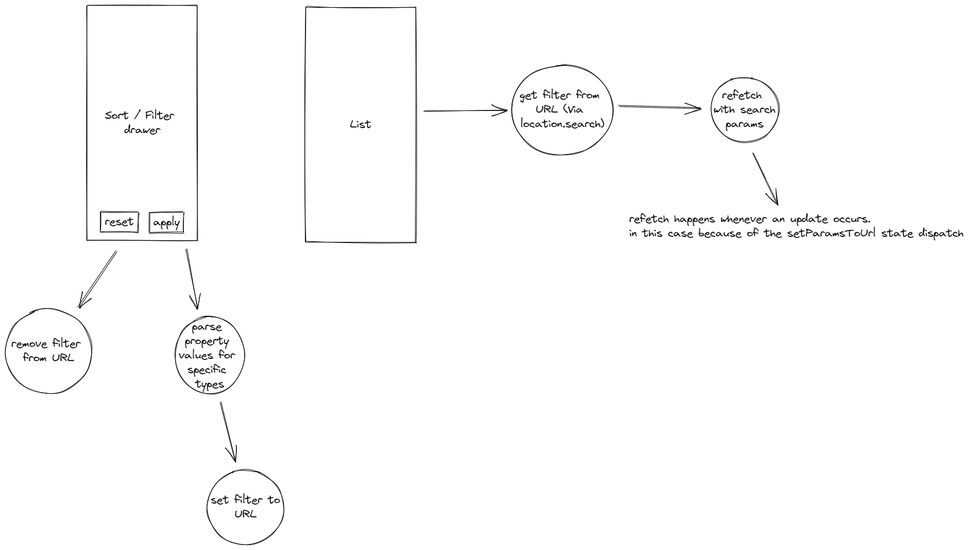
The Excalidraw diagram notes/filter/client.excalidraw.png in Dyvd4/ticketify, before a commit. Source tidied: one line per element, renumbered; positions are measured from the earlier drawing's top-left corner, leaving out a move shared by most shapes.
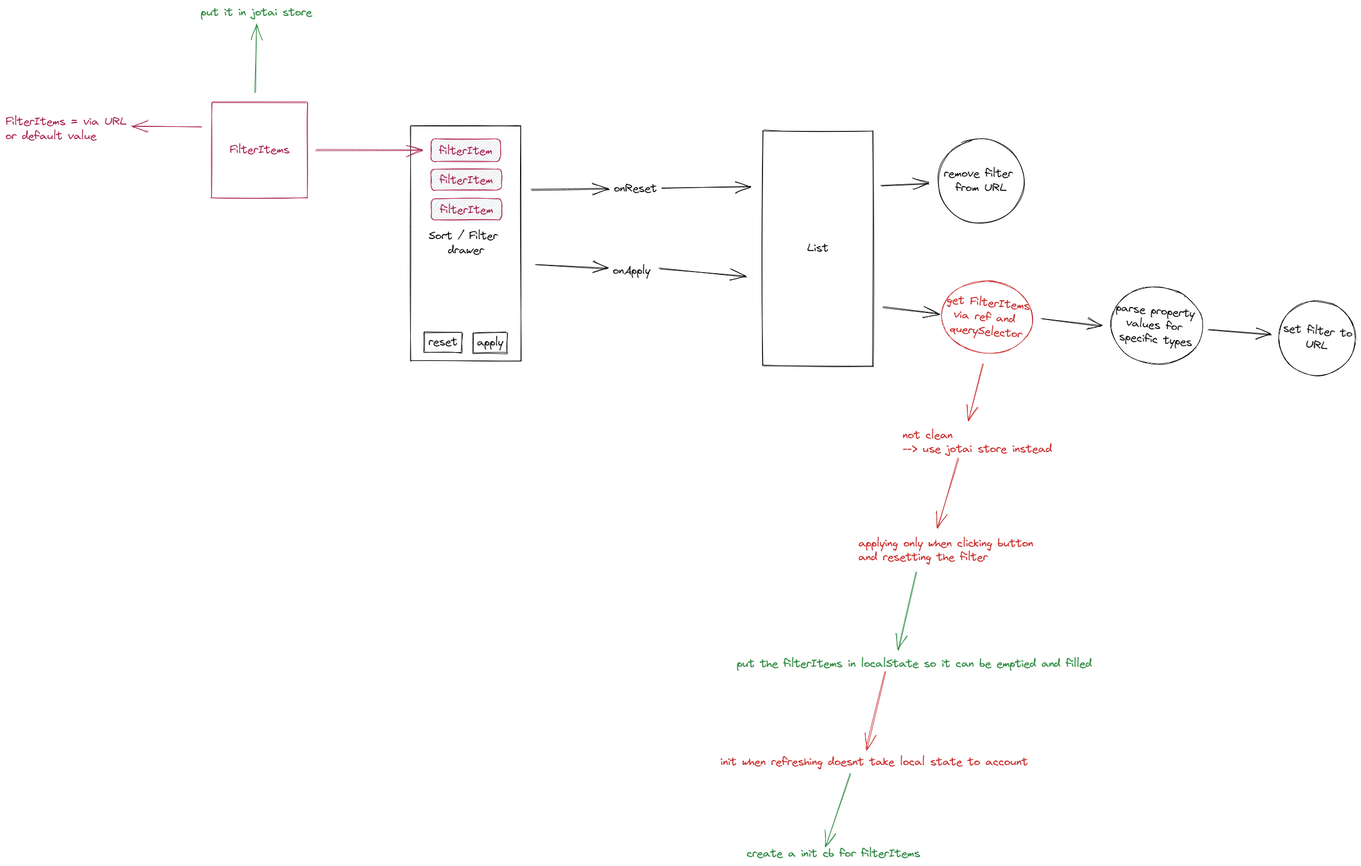
After the change.

What changed in the source:
```diff
@@ -1,25 +1,49 @@
-{"id": 0, "type": "ellipse", "strokeColor": "#000000", "strokeWidth": 1, "roughness": 1, "x": 916, "y": 108, "width": 184, "height": 163}
-{"id": 1, "type": "text", "text": "get filter from \nURL (Via \nlocation.search)", "strokeColor": "#000000", "strokeWidth": 1, "roughness": 1, "fontSize": 20, "fontFamily": 1, "textAlign": "center", "verticalAlign": "middle", "inside": 0, "x": 921, "y": 150, "width": 174, "height": 78}
-{"id": 2, "type": "arrow", "strokeColor": "#000000", "strokeWidth": 1, "roughness": 1, "endArrowhead": "arrow", "from": 0, "to": 3, "x": 1110, "y": 182, "width": 149, "height": 3, "points": [[0, 0], [149, 3]]}
-{"id": 3, "type": "ellipse", "strokeColor": "#000000", "strokeWidth": 1, "roughness": 1, "x": 1276, "y": 130, "width": 124, "height": 117}
-{"id": 4, "type": "text", "text": "refetch \nwith search\nparams", "strokeColor": "#000000", "strokeWidth": 1, "roughness": 1, "fontSize": 20, "fontFamily": 1, "textAlign": "center", "verticalAlign": "middle", "inside": 3, "x": 1281, "y": 150, "width": 113, "height": 78}
-{"id": 5, "type": "rectangle", "strokeColor": "#000000", "strokeWidth": 1, "roughness": 1, "x": 147, "y": 0, "width": 200, "height": 426}
+{"id": 5, "type": "rectangle", "strokeColor": "#000000", "strokeWidth": 1, "roughness": 1, "x": 64, "y": -118, "width": 200, "height": 426}
-{"id": 6, "type": "text", "text": "Sort / Filter \ndrawer", "strokeColor": "#000000", "strokeWidth": 1, "roughness": 1, "fontSize": 20, "fontFamily": 1, "textAlign": "center", "verticalAlign": "middle", "inside": 5, "x": 152, "y": 187, "width": 190, "height": 52}
+{"id": 6, "type": "text", "text": "Sort / Filter \ndrawer", "strokeColor": "#000000", "strokeWidth": 1, "roughness": 1, "fontSize": 20, "fontFamily": 1, "textAlign": "center", "verticalAlign": "middle", "inside": 5, "x": 69, "y": 69, "width": 190, "height": 52}
-{"id": 7, "type": "rectangle", "strokeColor": "#000000", "strokeWidth": 1, "roughness": 1, "x": 261, "y": 375, "width": 62, "height": 36}
+{"id": 7, "type": "rectangle", "strokeColor": "#000000", "strokeWidth": 1, "roughness": 1, "x": 178, "y": 257, "width": 62, "height": 36}
-{"id": 8, "type": "text", "text": "apply", "strokeColor": "#000000", "strokeWidth": 1, "roughness": 1, "fontSize": 20, "fontFamily": 1, "textAlign": "center", "verticalAlign": "middle", "inside": 7, "x": 266, "y": 380, "width": 51, "height": 26}
+{"id": 8, "type": "text", "text": "apply", "strokeColor": "#000000", "strokeWidth": 1, "roughness": 1, "fontSize": 20, "fontFamily": 1, "textAlign": "center", "verticalAlign": "middle", "inside": 7, "x": 183, "y": 262, "width": 51, "height": 26}
-{"id": 9, "type": "rectangle", "strokeColor": "#000000", "strokeWidth": 1, "roughness": 1, "x": 172, "y": 374, "width": 68, "height": 36}
+{"id": 9, "type": "rectangle", "strokeColor": "#000000", "strokeWidth": 1, "roughness": 1, "x": 89, "y": 256, "width": 68, "height": 36}
-{"id": 10, "type": "text", "text": "reset", "strokeColor": "#000000", "strokeWidth": 1, "roughness": 1, "fontSize": 20, "fontFamily": 1, "textAlign": "center", "verticalAlign": "middle", "inside": 9, "x": 177, "y": 379, "width": 58, "height": 26}
+{"id": 10, "type": "text", "text": "reset", "strokeColor": "#000000", "strokeWidth": 1, "roughness": 1, "fontSize": 20, "fontFamily": 1, "textAlign": "center", "verticalAlign": "middle", "inside": 9, "x": 94, "y": 261, "width": 58, "height": 26}
-{"id": 11, "type": "arrow", "strokeColor": "#000000", "strokeWidth": 1, "roughness": 1, "endArrowhead": "arrow", "from": 5, "to": 12, "x": 201, "y": 444, "width": 70, "height": 102, "points": [[0, 0], [-70, 102]]}
+{"id": 11, "type": "arrow", "strokeColor": "#000000", "strokeWidth": 1, "roughness": 1, "endArrowhead": "arrow", "from": 5, "to": 25, "x": 283, "y": -2, "width": 138, "height": 3, "points": [[0, 0], [138, -3]]}
-{"id": 12, "type": "ellipse", "strokeColor": "#000000", "strokeWidth": 1, "roughness": 1, "x": 0, "y": 550, "width": 156, "height": 153}
-{"id": 13, "type": "text", "text": "remove filter \nfrom URL", "strokeColor": "#000000", "strokeWidth": 1, "roughness": 1, "fontSize": 20, "fontFamily": 1, "textAlign": "center", "verticalAlign": "middle", "inside": 12, "x": 5, "y": 600, "width": 146, "height": 52}
-{"id": 14, "type": "arrow", "strokeColor": "#000000", "strokeWidth": 1, "roughness": 1, "endArrowhead": "arrow", "from": 5, "to": 17, "x": 327, "y": 441, "width": 21, "height": 109, "points": [[0, 0], [21, 109]]}
-{"id": 15, "type": "ellipse", "strokeColor": "#000000", "strokeWidth": 1, "roughness": 1, "x": 365, "y": 841, "width": 139, "height": 135}
-{"id": 16, "type": "text", "text": "set filter to\nURL", "strokeColor": "#000000", "strokeWidth": 1, "roughness": 1, "fontSize": 20, "fontFamily": 1, "textAlign": "center", "verticalAlign": "middle", "inside": 15, "x": 370, "y": 883, "width": 129, "height": 52}
-{"id": 17, "type": "ellipse", "strokeColor": "#000000", "strokeWidth": 1, "roughness": 1, "x": 307, "y": 564, "width": 125, "height": 140}
-{"id": 18, "type": "text", "text": "parse \nproperty \nvalues for \nspecific \ntypes", "strokeColor": "#000000", "strokeWidth": 1, "roughness": 1, "fontSize": 20, "fontFamily": 1, "textAlign": "center", "verticalAlign": "middle", "inside": 17, "x": 312, "y": 569, "width": 115, "height": 130}
-{"id": 19, "type": "arrow", "strokeColor": "#000000", "strokeWidth": 1, "roughness": 1, "endArrowhead": "arrow", "from": 17, "to": 15, "x": 390, "y": 718, "width": 27, "height": 108, "points": [[0, 0], [27, 108]]}
-{"id": 20, "type": "rectangle", "strokeColor": "#000000", "strokeWidth": 1, "roughness": 1, "x": 543, "y": 3, "width": 200, "height": 426}
+{"id": 20, "type": "rectangle", "strokeColor": "#000000", "strokeWidth": 1, "roughness": 1, "x": 702, "y": -109, "width": 200, "height": 426}
-{"id": 21, "type": "text", "text": "List", "strokeColor": "#000000", "strokeWidth": 1, "roughness": 1, "fontSize": 20, "fontFamily": 1, "textAlign": "center", "verticalAlign": "middle", "inside": 20, "x": 548, "y": 203, "width": 190, "height": 26}
+{"id": 21, "type": "text", "text": "List", "strokeColor": "#000000", "strokeWidth": 1, "roughness": 1, "fontSize": 20, "fontFamily": 1, "textAlign": "center", "verticalAlign": "middle", "inside": 20, "x": 707, "y": 91, "width": 190, "height": 26}
-{"id": 22, "type": "arrow", "strokeColor": "#000000", "strokeWidth": 1, "roughness": 1, "endArrowhead": "arrow", "from": 20, "to": 0, "x": 757, "y": 191, "width": 149, "height": 1, "points": [[0, 0], [149, -1]]}
-{"id": 23, "type": "arrow", "strokeColor": "#000000", "angle": 6.04, "strokeWidth": 1, "roughness": 1, "endArrowhead": "arrow", "from": 3, "to": 24, "x": 1365, "y": 263, "width": 21, "height": 101, "points": [[0, 0], [21, 101]]}
-{"id": 24, "type": "text", "text": "refetch happens whenever an update occurs.\nin this case because of the setParamsToUrl state dispatch", "strokeColor": "#000000", "strokeWidth": 1, "roughness": 1, "fontSize": 20, "fontFamily": 1, "x": 1129, "y": 374, "width": 606, "height": 51}
+{"id": 25, "type": "text", "text": "onReset", "strokeColor": "#000000", "strokeWidth": 1, "roughness": 1, "fontSize": 20, "fontFamily": 1, "x": 432, "y": -17, "width": 79, "height": 26}
+{"id": 26, "type": "arrow", "strokeColor": "#000000", "strokeWidth": 1, "roughness": 1, "endArrowhead": "arrow", "from": 25, "to": 20, "x": 519, "y": -5, "width": 161, "height": 3, "points": [[0, 0], [161, -3]]}
+{"id": 27, "type": "arrow", "strokeColor": "#000000", "strokeWidth": 1, "roughness": 1, "endArrowhead": "arrow", "from": 5, "to": 28, "x": 290, "y": 132, "width": 130, "height": 8, "points": [[0, 0], [130, 8]]}
+{"id": 28, "type": "text", "text": "onApply", "strokeColor": "#000000", "strokeWidth": 1, "roughness": 1, "fontSize": 20, "fontFamily": 1, "x": 430, "y": 131, "width": 69, "height": 26}
+{"id": 29, "type": "arrow", "strokeColor": "#000000", "strokeWidth": 1, "roughness": 1, "endArrowhead": "arrow", "from": 28, "to": 20, "x": 514, "y": 141, "width": 160, "height": 15, "points": [[0, 0], [160, 15]]}
+{"id": 30, "type": "ellipse", "strokeColor": "#000000", "strokeWidth": 1, "roughness": 1, "x": 1019, "y": -95, "width": 156, "height": 153}
+{"id": 13, "type": "text", "text": "remove filter \nfrom URL", "strokeColor": "#000000", "strokeWidth": 1, "roughness": 1, "fontSize": 20, "fontFamily": 1, "textAlign": "center", "verticalAlign": "middle", "inside": 30, "x": 1024, "y": -44, "width": 146, "height": 52}
+{"id": 31, "type": "arrow", "strokeColor": "#000000", "strokeWidth": 1, "roughness": 1, "endArrowhead": "arrow", "from": 20, "to": 30, "x": 916, "y": -9, "width": 88, "height": 5, "points": [[0, 0], [88, -5]]}
+{"id": 32, "type": "arrow", "strokeColor": "#000000", "strokeWidth": 1, "roughness": 1, "endArrowhead": "arrow", "from": 20, "to": 34, "x": 919, "y": 210, "width": 101, "height": 13, "points": [[0, 0], [101, 13]]}
+{"id": 33, "type": "ellipse", "strokeColor": "#000000", "angle": 0.08, "strokeWidth": 1, "roughness": 1, "x": 1637, "y": 199, "width": 139, "height": 135}
+{"id": 16, "type": "text", "text": "set filter to\nURL", "strokeColor": "#000000", "angle": 0.08, "strokeWidth": 1, "roughness": 1, "fontSize": 20, "fontFamily": 1, "textAlign": "center", "verticalAlign": "middle", "inside": 33, "x": 1642, "y": 241, "width": 129, "height": 52}
+{"id": 34, "type": "ellipse", "strokeColor": "#c92a2a", "angle": 0.08, "strokeWidth": 1, "roughness": 1, "x": 1026, "y": 163, "width": 165, "height": 131}
+{"id": 35, "type": "text", "text": "get FilterItems\nvia ref and \nquerySelector", "strokeColor": "#c92a2a", "angle": 0.08, "strokeWidth": 1, "roughness": 1, "fontSize": 20, "fontFamily": 1, "textAlign": "center", "verticalAlign": "middle", "inside": 34, "x": 1031, "y": 190, "width": 155, "height": 78}
+{"id": 36, "type": "rectangle", "strokeColor": "#a61e4d", "backgroundColor": "#ced4da", "fillStyle": "hachure", "strokeWidth": 1, "roughness": 1, "x": 101, "y": -95, "width": 126, "height": 41}
+{"id": 37, "type": "text", "text": "filterItem", "strokeColor": "#a61e4d", "backgroundColor": "#ced4da", "fillStyle": "hachure", "strokeWidth": 1, "roughness": 1, "fontSize": 20, "fontFamily": 1, "textAlign": "center", "verticalAlign": "middle", "inside": 36, "x": 115, "y": -87, "width": 98, "height": 25}
+{"id": 38, "type": "rectangle", "strokeColor": "#a61e4d", "backgroundColor": "#ced4da", "fillStyle": "hachure", "strokeWidth": 1, "roughness": 1, "x": 101, "y": -40, "width": 128, "height": 38}
+{"id": 39, "type": "text", "text": "filterItem", "strokeColor": "#a61e4d", "backgroundColor": "#ced4da", "fillStyle": "hachure", "strokeWidth": 1, "roughness": 1, "fontSize": 20, "fontFamily": 1, "textAlign": "center", "verticalAlign": "middle", "inside": 38, "x": 116, "y": -33, "width": 98, "height": 25}
+{"id": 40, "type": "rectangle", "strokeColor": "#a61e4d", "backgroundColor": "#ced4da", "fillStyle": "hachure", "strokeWidth": 1, "roughness": 1, "x": 102, "y": 14, "width": 128, "height": 38}
+{"id": 41, "type": "text", "text": "filterItem", "strokeColor": "#a61e4d", "backgroundColor": "#ced4da", "fillStyle": "hachure", "strokeWidth": 1, "roughness": 1, "fontSize": 20, "fontFamily": 1, "textAlign": "center", "verticalAlign": "middle", "inside": 40, "x": 117, "y": 21, "width": 98, "height": 25}
+{"id": 42, "type": "ellipse", "strokeColor": "#000000", "angle": 0.08, "strokeWidth": 1, "roughness": 1, "x": 1332, "y": 174, "width": 167, "height": 140}
+{"id": 18, "type": "text", "text": "parse property \nvalues for \nspecific types", "strokeColor": "#000000", "angle": 0.08, "strokeWidth": 1, "roughness": 1, "fontSize": 20, "fontFamily": 1, "textAlign": "center", "verticalAlign": "middle", "inside": 42, "x": 1337, "y": 205, "width": 157, "height": 78}
+{"id": 43, "type": "arrow", "strokeColor": "#000000", "strokeWidth": 1, "roughness": 1, "endArrowhead": "arrow", "from": 34, "to": 42, "x": 1206, "y": 230, "width": 109, "height": 15, "points": [[0, 0], [109, 15]]}
+{"id": 44, "type": "arrow", "strokeColor": "#000000", "strokeWidth": 1, "roughness": 1, "endArrowhead": "arrow", "from": 42, "to": 33, "x": 1509, "y": 251, "width": 113, "height": 9, "points": [[0, 0], [113, 9]]}
+{"id": 45, "type": "arrow", "strokeColor": "#c92a2a", "strokeWidth": 1, "roughness": 1, "endArrowhead": "arrow", "from": 34, "to": 46, "x": 1101, "y": 312, "width": 27, "height": 101, "points": [[0, 0], [-27, 101]]}
+{"id": 46, "type": "text", "text": "not clean\n--> use jotai store instead", "strokeColor": "#c92a2a", "strokeWidth": 1, "roughness": 1, "fontSize": 20, "fontFamily": 1, "x": 955, "y": 429, "width": 271, "height": 51}
+{"id": 47, "type": "arrow", "strokeColor": "#a61e4d", "strokeWidth": 1, "roughness": 1, "endArrowhead": "arrow", "from": 48, "to": 36, "x": -107, "y": -75, "width": 192, "height": 0, "points": [[0, 0], [192, 0]]}
+{"id": 48, "type": "rectangle", "strokeColor": "#a61e4d", "strokeWidth": 1, "roughness": 1, "x": -297, "y": -160, "width": 174, "height": 172}
+{"id": 49, "type": "text", "text": "FilterItems", "strokeColor": "#a61e4d", "strokeWidth": 1, "roughness": 1, "fontSize": 20, "fontFamily": 1, "textAlign": "center", "verticalAlign": "middle", "inside": 48, "x": -292, "y": -87, "width": 164, "height": 26}
+{"id": 50, "type": "arrow", "strokeColor": "#a61e4d", "strokeWidth": 1, "roughness": 1, "endArrowhead": "arrow", "from": 48, "to": 51, "x": -314, "y": -117, "width": 127, "height": 1, "points": [[0, 0], [-127, -1]]}
+{"id": 51, "type": "text", "text": "FilterItems = via URL\nor default value", "strokeColor": "#a61e4d", "strokeWidth": 1, "roughness": 1, "fontSize": 20, "fontFamily": 1, "x": -669, "y": -139, "width": 219, "height": 51}
+{"id": 52, "type": "arrow", "strokeColor": "#2b8a3e", "strokeWidth": 1, "roughness": 1, "endArrowhead": "arrow", "from": 48, "to": 53, "x": -217, "y": -178, "width": 2, "height": 125, "points": [[0, 0], [2, -125]]}
+{"id": 53, "type": "text", "text": "put it in jotai store", "strokeColor": "#2b8a3e", "strokeWidth": 1, "roughness": 1, "fontSize": 20, "fontFamily": 1, "x": -316, "y": -336, "width": 202, "height": 26}
+{"id": 54, "type": "arrow", "strokeColor": "#c92a2a", "strokeWidth": 1, "roughness": 1, "endArrowhead": "arrow", "from": 46, "to": 55, "x": 1057, "y": 483, "width": 39, "height": 128, "points": [[0, 0], [-39, 128]]}
+{"id": 55, "type": "text", "text": "applying only when clicking button\nand resetting the filter", "strokeColor": "#c92a2a", "strokeWidth": 1, "roughness": 1, "fontSize": 20, "fontFamily": 1, "x": 875, "y": 625, "width": 317, "height": 51}
+{"id": 56, "type": "arrow", "strokeColor": "#2b8a3e", "strokeWidth": 1, "roughness": 1, "endArrowhead": "arrow", "from": 55, "to": 57, "x": 981, "y": 690, "width": 33, "height": 142, "points": [[0, 0], [-33, 142]]}
+{"id": 57, "type": "text", "text": "put the filterItems in localState so it can be emptied and filled", "strokeColor": "#2b8a3e", "strokeWidth": 1, "roughness": 1, "fontSize": 20, "fontFamily": 1, "x": 655, "y": 843, "width": 644, "height": 26}
+{"id": 58, "type": "arrow", "strokeColor": "#c92a2a", "strokeWidth": 1, "roughness": 1, "endArrowhead": "arrow", "from": 57, "to": 59, "x": 924, "y": 871, "width": 35, "height": 140, "points": [[0, 0], [-35, 140]]}
+{"id": 59, "type": "text", "text": "init when refreshing doesnt take local state to account", "strokeColor": "#c92a2a", "strokeWidth": 1, "roughness": 1, "fontSize": 20, "fontFamily": 1, "x": 625, "y": 1022, "width": 558, "height": 26}
+{"id": 60, "type": "arrow", "strokeColor": "#2b8a3e", "strokeWidth": 1, "roughness": 1, "endArrowhead": "arrow", "from": 59, "to": 61, "x": 861, "y": 1056, "width": 45, "height": 130, "points": [[0, 0], [-45, 130]]}
+{"id": 61, "type": "text", "text": "create a init cb for filterItems", "strokeColor": "#2b8a3e", "strokeWidth": 1, "roughness": 1, "fontSize": 20, "fontFamily": 1, "x": 673, "y": 1187, "width": 315, "height": 26}
```
